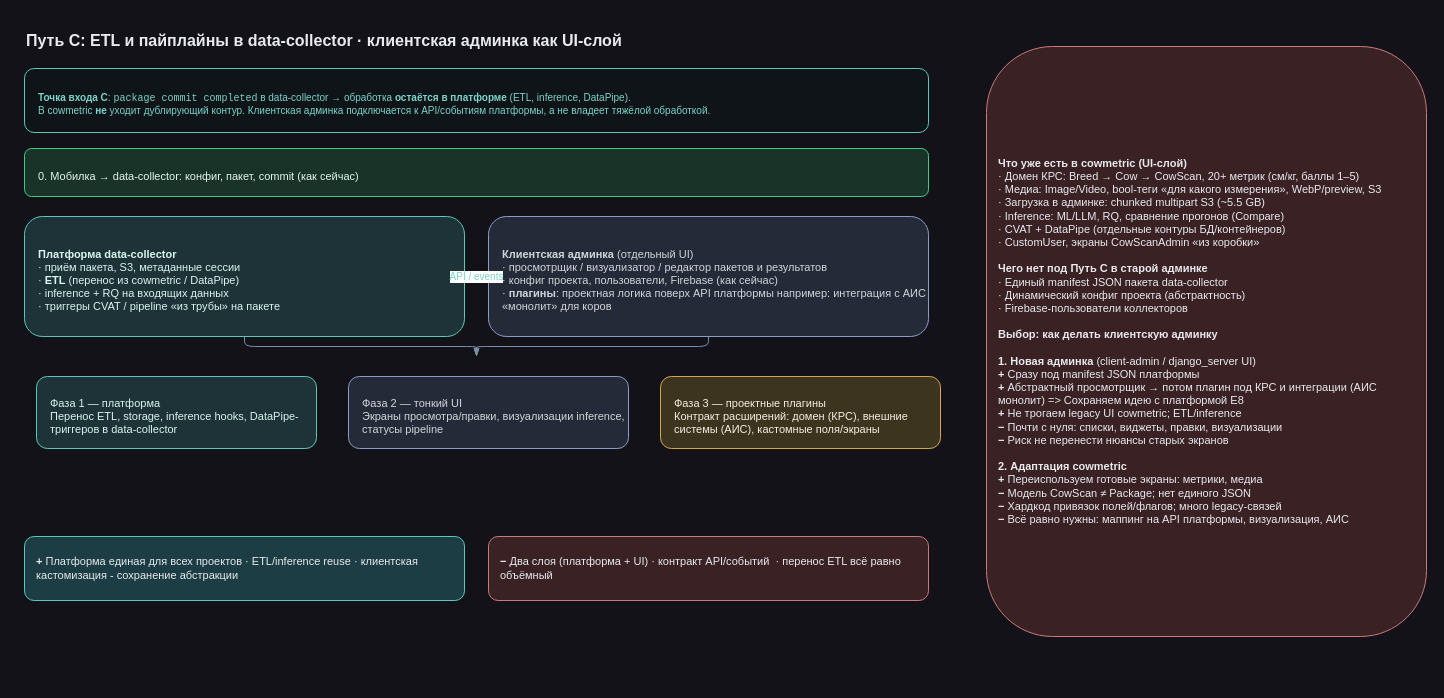
Above: page "Путь C — гибрид" (5 of 6) of specs/main-scheme/06-admin-cowmetric-vs-django.drawio in epoch8/data-collector (draw.io), before the change. Source tidied: cells renumbered, new cells numbered last; positions are measured from the earlier drawing's top-left corner, leaving out a move shared by most shapes. Both pictures are drawn from the tidied source at 100%, with x=0, y=0 at pixel (24, 24).
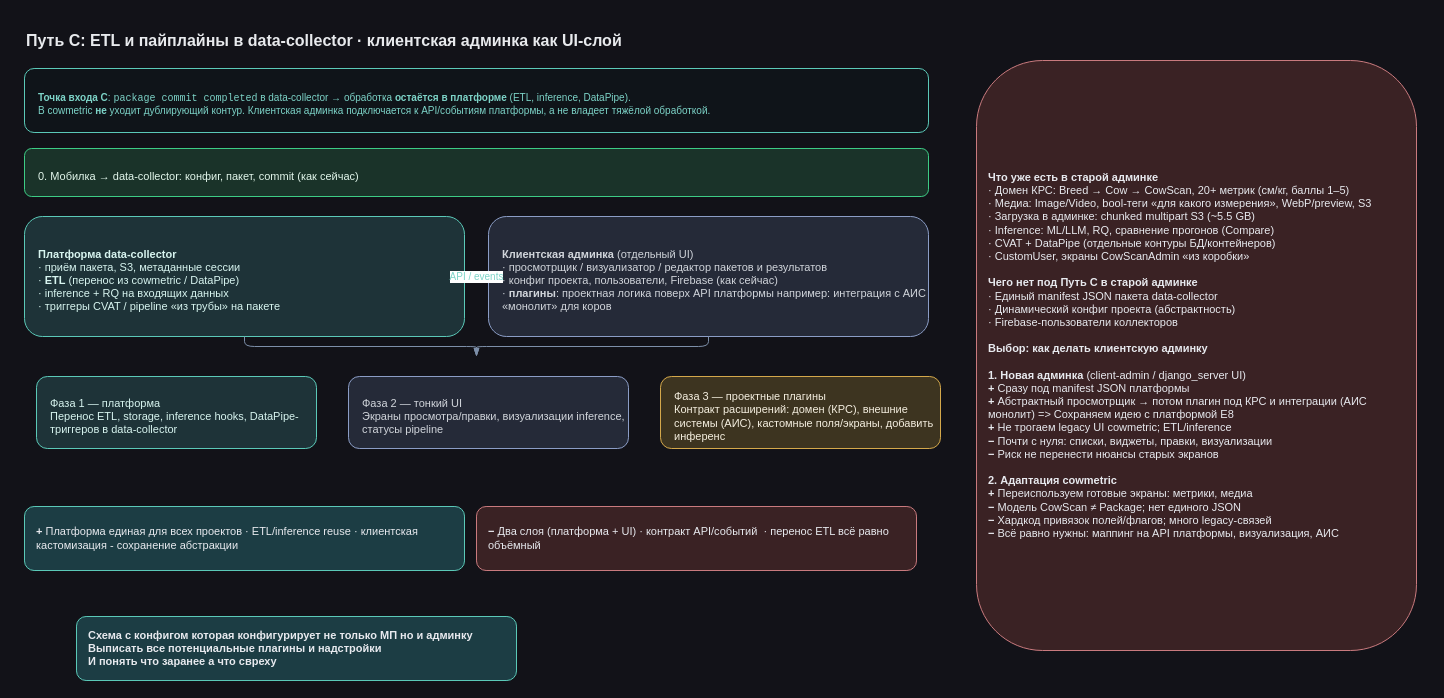
Above is the later version.

Commit message (it also covers changes not shown here):
update scheme client admin

Change to the diagram source:
```diff
@@
-    <mxCell id="9" value="Фаза 3 — проектные плагины&lt;br&gt;Контракт расширений: домен (КРС), внешние системы (АИС), кастомные поля/экраны" style="rounded=1;whiteSpace=wrap;html=1;align=left;spacingLeft=12;spacingTop=8;fillColor=#3d3420;strokeColor=#D4A84B;fontColor=#F5EFE0;fontSize=11;" parent="1" vertex="1">
+    <mxCell id="9" value="Фаза 3 — проектные плагины&lt;br&gt;Контракт расширений: домен (КРС), внешние системы (АИС), кастомные поля/экраны, добавить инференс&amp;nbsp;" style="rounded=1;whiteSpace=wrap;html=1;align=left;spacingLeft=12;spacingTop=8;fillColor=#3d3420;strokeColor=#D4A84B;fontColor=#F5EFE0;fontSize=11;" parent="1" vertex="1">
       <mxGeometry x="636" y="352" width="280" height="72" as="geometry" />
     </mxCell>
     <mxCell id="10" value="&lt;b&gt;+&lt;/b&gt; Платформа единая для всех проектов · ETL/inference reuse · клиентская кастомизация - сохранение абстракции" style="rounded=1;whiteSpace=wrap;html=1;align=left;spacingLeft=10;fillColor=#1c3d44;strokeColor=#5BC9B8;fontColor=#e8eaef;fontSize=11;" parent="1" vertex="1">
-      <mxGeometry y="512" width="440" height="64" as="geometry" />
+      <mxGeometry y="482" width="440" height="64" as="geometry" />
     </mxCell>
     <mxCell id="11" value="&lt;b&gt;−&lt;/b&gt; Два слоя (платформа + UI) · контракт API/событий&amp;nbsp; · перенос ETL всё равно объёмный" style="rounded=1;whiteSpace=wrap;html=1;align=left;spacingLeft=10;fillColor=#3a2224;strokeColor=#c97a7e;fontColor=#e8eaef;fontSize=11;" parent="1" vertex="1">
-      <mxGeometry x="464" y="512" width="440" height="64" as="geometry" />
+      <mxGeometry x="452" y="482" width="440" height="64" as="geometry" />
     </mxCell>
@@
-    <mxCell id="19" value="&lt;b&gt;Что уже есть в cowmetric (UI-слой)&lt;/b&gt;&lt;br&gt;· Домен КРС: Breed → Cow → CowScan, 20+ метрик (см/кг, баллы 1–5)&lt;br&gt;· Медиа: Image/Video, bool-теги «для какого измерения», WebP/preview, S3&lt;br&gt;· Загрузка в админке: chunked multipart S3 (~5.5 GB)&lt;br&gt;· Inference: ML/LLM, RQ, сравнение прогонов (Compare)&lt;br&gt;· CVAT + DataPipe (отдельные контуры БД/контейнеров)&lt;br&gt;· CustomUser, экраны CowScanAdmin «из коробки»&lt;br&gt;&lt;br&gt;&lt;b&gt;Чего нет под Путь C в старой админке&lt;/b&gt;&lt;br&gt;· Единый manifest JSON пакета data-collector&lt;br&gt;· Динамический конфиг проекта (абстрактность)&lt;br&gt;· Firebase-пользователи коллекторов&lt;br&gt;&lt;br&gt;&lt;b&gt;Выбор: как делать клиентскую админку&lt;/b&gt;&lt;br&gt;&lt;br&gt;&lt;b&gt;1. Новая админка&lt;/b&gt; (client-admin / django_server UI)&lt;br&gt;&lt;b&gt;+&lt;/b&gt; Сразу под manifest JSON платформы&lt;br&gt;&lt;b&gt;+&lt;/b&gt; Абстрактный просмотрщик → потом плагин под КРС и интеграции (АИС монолит) =&amp;gt; Сохраняем идею с платформой E8&lt;br&gt;&lt;b&gt;+&lt;/b&gt; Не трогаем legacy UI cowmetric; ETL/inference&lt;br&gt;&lt;b&gt;−&lt;/b&gt; Почти с нуля: списки, виджеты, правки, визуализации&lt;br&gt;&lt;b&gt;−&lt;/b&gt; Риск не перенести нюансы старых экранов&lt;br&gt;&lt;br&gt;&lt;b&gt;2. Адаптация cowmetric&lt;/b&gt;&lt;br&gt;&lt;b&gt;+&lt;/b&gt; Переиспользуем готовые экраны: метрики, медиа&amp;nbsp;&lt;br&gt;&lt;b&gt;−&lt;/b&gt; Модель CowScan ≠ Package; нет единого JSON&lt;br&gt;&lt;b&gt;−&lt;/b&gt; Хардкод привязок полей/флагов; много legacy-связей&lt;br&gt;&lt;b&gt;−&lt;/b&gt; Всё равно нужны: маппинг на API платформы, визуализация, АИС" style="rounded=1;whiteSpace=wrap;html=1;align=left;spacingLeft=10;fillColor=#3a2224;strokeColor=#c97a7e;fontColor=#e8eaef;fontSize=11;" parent="1" vertex="1">
-      <mxGeometry x="962" y="22" width="440" height="590" as="geometry" />
+    <mxCell id="19" value="&lt;b&gt;Что уже есть в старой админке&lt;/b&gt;&lt;br&gt;· Домен КРС: Breed → Cow → CowScan, 20+ метрик (см/кг, баллы 1–5)&lt;br&gt;· Медиа: Image/Video, bool-теги «для какого измерения», WebP/preview, S3&lt;br&gt;· Загрузка в админке: chunked multipart S3 (~5.5 GB)&lt;br&gt;· Inference: ML/LLM, RQ, сравнение прогонов (Compare)&lt;br&gt;· CVAT + DataPipe (отдельные контуры БД/контейнеров)&lt;br&gt;· CustomUser, экраны CowScanAdmin «из коробки»&lt;br&gt;&lt;br&gt;&lt;b&gt;Чего нет под Путь C в старой админке&lt;/b&gt;&lt;br&gt;· Единый manifest JSON пакета data-collector&lt;br&gt;· Динамический конфиг проекта (абстрактность)&lt;br&gt;· Firebase-пользователи коллекторов&lt;br&gt;&lt;br&gt;&lt;b&gt;Выбор: как делать клиентскую админку&lt;/b&gt;&lt;br&gt;&lt;br&gt;&lt;b&gt;1. Новая админка&lt;/b&gt; (client-admin / django_server UI)&lt;br&gt;&lt;b&gt;+&lt;/b&gt; Сразу под manifest JSON платформы&lt;br&gt;&lt;b&gt;+&lt;/b&gt; Абстрактный просмотрщик → потом плагин под КРС и интеграции (АИС монолит) =&amp;gt; Сохраняем идею с платформой E8&lt;br&gt;&lt;b&gt;+&lt;/b&gt; Не трогаем legacy UI cowmetric; ETL/inference&lt;br&gt;&lt;b&gt;−&lt;/b&gt; Почти с нуля: списки, виджеты, правки, визуализации&lt;br&gt;&lt;b&gt;−&lt;/b&gt; Риск не перенести нюансы старых экранов&lt;br&gt;&lt;br&gt;&lt;b&gt;2. Адаптация cowmetric&lt;/b&gt;&lt;br&gt;&lt;b&gt;+&lt;/b&gt; Переиспользуем готовые экраны: метрики, медиа&amp;nbsp;&lt;br&gt;&lt;b&gt;−&lt;/b&gt; Модель CowScan ≠ Package; нет единого JSON&lt;br&gt;&lt;b&gt;−&lt;/b&gt; Хардкод привязок полей/флагов; много legacy-связей&lt;br&gt;&lt;b&gt;−&lt;/b&gt; Всё равно нужны: маппинг на API платформы, визуализация, АИС" style="rounded=1;whiteSpace=wrap;html=1;align=left;spacingLeft=10;fillColor=#3a2224;strokeColor=#c97a7e;fontColor=#e8eaef;fontSize=11;" parent="1" vertex="1">
+      <mxGeometry x="952" y="36" width="440" height="590" as="geometry" />
     </mxCell>
+    <mxCell id="20" value="&lt;b&gt;Схема с конфигом которая конфигурирует не только МП но и админку&lt;br&gt;Выписать все потенциальные плагины и надстройки&amp;nbsp;&lt;br&gt;И понять что заранее а что свреху&lt;br&gt;&lt;/b&gt;" style="rounded=1;whiteSpace=wrap;html=1;align=left;spacingLeft=10;fillColor=#1c3d44;strokeColor=#5BC9B8;fontColor=#e8eaef;fontSize=11;" parent="1" vertex="1">
+      <mxGeometry x="52" y="592" width="440" height="64" as="geometry" />
+    </mxCell>
```
